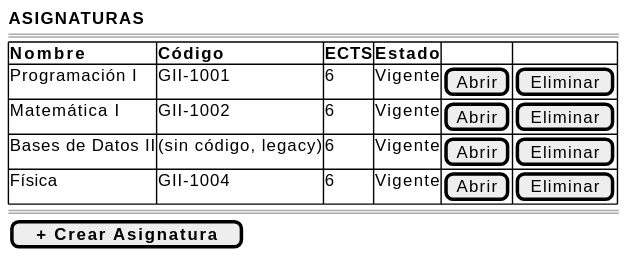
mmasias/pyCeldaPublico keeps this PlantUML diagram as images/RUP/01-requisitos/03-detalle-casos-uso/abrirAsignaturas/wireframe.svg. Above is the earlier version. Source of this version:
```plantuml
@startsalt abrirAsignaturas-wireframe
{
    <b>ASIGNATURAS</b>
    ====
    {#
        <b>Nombre | <b>Código | <b>ECTS | <b>Estado | . | .
        Programación I | GII-1001 | 6 | Vigente | [Abrir] | [Eliminar]
        Matemática I | GII-1002 | 6 | Vigente | [Abrir] | [Eliminar]
        Bases de Datos II | (sin código, legacy) | 6 | Vigente | [Abrir] | [Eliminar]
        Física | GII-1004 | 6 | Vigente | [Abrir] | [Eliminar]
    }
    ====
    [ <b>+ Crear Asignatura</b> ]
}
@endsalt
```
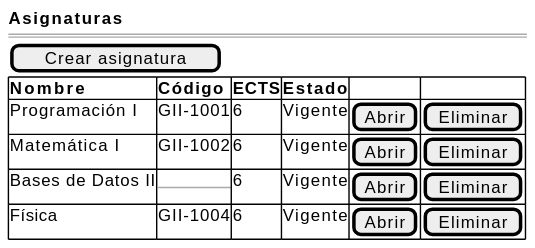
Later version of the same file.

Change to the diagram source:
```diff
@@ -1,15 +1,14 @@
 @startsalt abrirAsignaturas-wireframe
 {
-    <b>ASIGNATURAS</b>
+    <b>Asignaturas</b>
     ====
+    [ Crear asignatura ]
     {#
         <b>Nombre | <b>Código | <b>ECTS | <b>Estado | . | .
         Programación I | GII-1001 | 6 | Vigente | [Abrir] | [Eliminar]
         Matemática I | GII-1002 | 6 | Vigente | [Abrir] | [Eliminar]
-        Bases de Datos II | (sin código, legacy) | 6 | Vigente | [Abrir] | [Eliminar]
+        Bases de Datos II | -- | 6 | Vigente | [Abrir] | [Eliminar]
         Física | GII-1004 | 6 | Vigente | [Abrir] | [Eliminar]
     }
-    ====
-    [ <b>+ Crear Asignatura</b> ]
 }
 @endsalt
```
